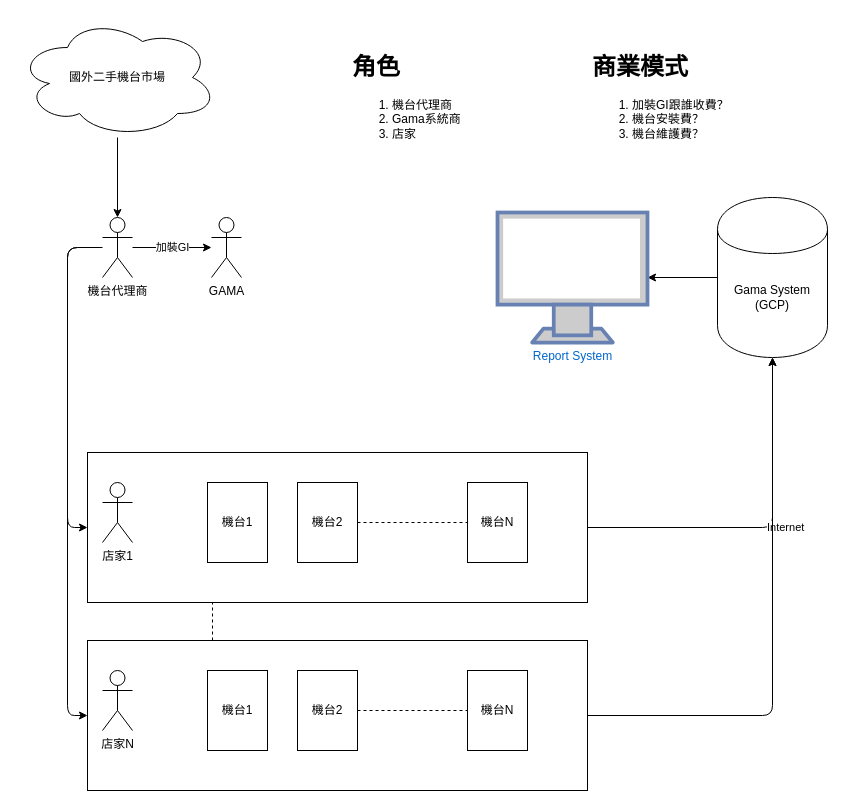
Earlier version of the draw.io diagram GCMS New.drawio (pingle1202/JiraFlow). Source tidied: cells renumbered, new cells numbered last; positions are measured from the earlier drawing's top-left corner, leaving out a move shared by most shapes. Both pictures are drawn from the tidied source at 100%, with x=0, y=0 at pixel (17, 17).
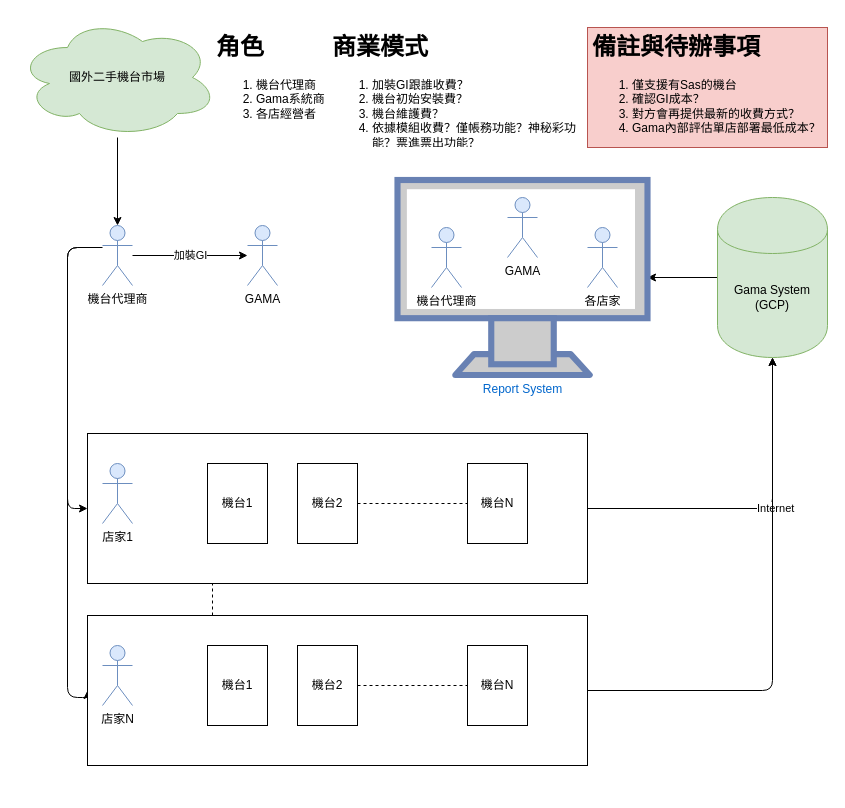
The same page after the edit.

What changed in the source:
```diff
@@
     <mxCell id="3" style="rounded=0;whiteSpace=wrap;html=1;" parent="1" vertex="1">
-      <mxGeometry x="70" y="435" width="500" height="150" as="geometry" />
+      <mxGeometry x="70" y="416" width="500" height="150" as="geometry" />
     </mxCell>
@@
-    <mxCell id="5" value="國外二手機台市場" style="ellipse;shape=cloud;whiteSpace=wrap;html=1;" parent="1" vertex="1">
+    <mxCell id="5" value="國外二手機台市場" style="ellipse;shape=cloud;whiteSpace=wrap;html=1;fillColor=#d5e8d4;strokeColor=#82b366;" parent="1" vertex="1">
       <mxGeometry width="200" height="120" as="geometry" />
     </mxCell>
@@
     <mxCell id="7" style="edgeStyle=orthogonalEdgeStyle;rounded=1;jettySize=auto;html=1;entryX=0;entryY=0.5;entryDx=0;entryDy=0;" parent="1" edge="1" source="8" target="16">
       <mxGeometry relative="1" as="geometry">
         <Array as="points">
           <mxPoint x="50" y="230" />
-          <mxPoint x="50" y="698" />
+          <mxPoint x="50" y="680" />
+          <mxPoint x="70" y="680" />
         </Array>
       </mxGeometry>
     </mxCell>
-    <mxCell id="8" value="機台代理商" style="shape=umlActor;verticalLabelPosition=bottom;labelBackgroundColor=#ffffff;verticalAlign=top;html=1;outlineConnect=0;" parent="1" vertex="1">
-      <mxGeometry x="85" y="200" width="30" height="60" as="geometry" />
+    <mxCell id="8" value="機台代理商" style="shape=umlActor;verticalLabelPosition=bottom;labelBackgroundColor=#ffffff;verticalAlign=top;html=1;outlineConnect=0;fillColor=#dae8fc;strokeColor=#6c8ebf;" parent="1" vertex="1">
+      <mxGeometry x="85" y="208" width="30" height="60" as="geometry" />
     </mxCell>
-    <mxCell id="9" value="店家1" style="shape=umlActor;verticalLabelPosition=bottom;labelBackgroundColor=#ffffff;verticalAlign=top;html=1;" parent="1" vertex="1">
-      <mxGeometry x="85" y="465" width="30" height="60" as="geometry" />
+    <mxCell id="9" value="店家1" style="shape=umlActor;verticalLabelPosition=bottom;labelBackgroundColor=#ffffff;verticalAlign=top;html=1;fillColor=#dae8fc;strokeColor=#6c8ebf;" parent="1" vertex="1">
+      <mxGeometry x="85" y="446" width="30" height="60" as="geometry" />
     </mxCell>
-    <mxCell id="10" value="&lt;h1&gt;角色&lt;/h1&gt;&lt;p&gt;&lt;ol&gt;&lt;li&gt;機台代理商&lt;/li&gt;&lt;li&gt;Gama系統商&lt;/li&gt;&lt;li&gt;店家&lt;/li&gt;&lt;/ol&gt;&lt;/p&gt;" style="text;html=1;strokeColor=none;fillColor=none;spacing=5;spacingTop=-20;whiteSpace=wrap;overflow=hidden;rounded=0;" parent="1" vertex="1">
-      <mxGeometry x="330" y="30" width="190" height="120" as="geometry" />
+    <mxCell id="10" value="&lt;h1&gt;角色&lt;/h1&gt;&lt;p&gt;&lt;/p&gt;&lt;ol&gt;&lt;li&gt;機台代理商&lt;/li&gt;&lt;li&gt;Gama系統商&lt;/li&gt;&lt;li&gt;各店經營者&lt;/li&gt;&lt;/ol&gt;&lt;p&gt;&lt;/p&gt;" style="text;html=1;strokeColor=none;fillColor=none;spacing=5;spacingTop=-20;whiteSpace=wrap;overflow=hidden;rounded=0;" parent="1" vertex="1">
+      <mxGeometry x="194" y="10" width="190" height="120" as="geometry" />
     </mxCell>
     <mxCell id="11" value="機台1" style="rounded=0;whiteSpace=wrap;html=1;" parent="1" vertex="1">
-      <mxGeometry x="190" y="465" width="60" height="80" as="geometry" />
+      <mxGeometry x="190" y="446" width="60" height="80" as="geometry" />
     </mxCell>
     <mxCell id="12" value="機台2" style="rounded=0;whiteSpace=wrap;html=1;" parent="1" vertex="1">
-      <mxGeometry x="280" y="465" width="60" height="80" as="geometry" />
+      <mxGeometry x="280" y="446" width="60" height="80" as="geometry" />
     </mxCell>
     <mxCell id="13" value="機台N" style="rounded=0;whiteSpace=wrap;html=1;" parent="1" vertex="1">
-      <mxGeometry x="450" y="465" width="60" height="80" as="geometry" />
+      <mxGeometry x="450" y="446" width="60" height="80" as="geometry" />
     </mxCell>
@@
     <mxCell id="16" style="rounded=0;whiteSpace=wrap;html=1;" parent="1" vertex="1">
-      <mxGeometry x="70" y="623" width="500" height="150" as="geometry" />
+      <mxGeometry x="70" y="598" width="500" height="150" as="geometry" />
     </mxCell>
-    <mxCell id="17" value="店家N" style="shape=umlActor;verticalLabelPosition=bottom;labelBackgroundColor=#ffffff;verticalAlign=top;html=1;" parent="1" vertex="1">
-      <mxGeometry x="85" y="653" width="30" height="60" as="geometry" />
+    <mxCell id="17" value="店家N" style="shape=umlActor;verticalLabelPosition=bottom;labelBackgroundColor=#ffffff;verticalAlign=top;html=1;fillColor=#dae8fc;strokeColor=#6c8ebf;" parent="1" vertex="1">
+      <mxGeometry x="85" y="628" width="30" height="60" as="geometry" />
     </mxCell>
     <mxCell id="18" value="機台1" style="rounded=0;whiteSpace=wrap;html=1;" parent="1" vertex="1">
-      <mxGeometry x="190" y="653" width="60" height="80" as="geometry" />
+      <mxGeometry x="190" y="628" width="60" height="80" as="geometry" />
     </mxCell>
     <mxCell id="19" value="機台2" style="rounded=0;whiteSpace=wrap;html=1;" parent="1" vertex="1">
-      <mxGeometry x="280" y="653" width="60" height="80" as="geometry" />
+      <mxGeometry x="280" y="628" width="60" height="80" as="geometry" />
     </mxCell>
     <mxCell id="20" value="機台N" style="rounded=0;whiteSpace=wrap;html=1;" parent="1" vertex="1">
-      <mxGeometry x="450" y="653" width="60" height="80" as="geometry" />
+      <mxGeometry x="450" y="628" width="60" height="80" as="geometry" />
     </mxCell>
@@
-    <mxCell id="23" value="&lt;h1&gt;商業模式&lt;/h1&gt;&lt;p&gt;&lt;/p&gt;&lt;ol&gt;&lt;li&gt;加裝GI跟誰收費？&lt;/li&gt;&lt;li&gt;機台安裝費？&lt;/li&gt;&lt;li&gt;機台維護費？&lt;/li&gt;&lt;/ol&gt;&lt;p&gt;&lt;/p&gt;" style="text;html=1;strokeColor=none;fillColor=none;spacing=5;spacingTop=-20;whiteSpace=wrap;overflow=hidden;rounded=0;" parent="1" vertex="1">
-      <mxGeometry x="570" y="30" width="190" height="120" as="geometry" />
+    <mxCell id="23" value="&lt;h1&gt;商業模式&lt;/h1&gt;&lt;p&gt;&lt;/p&gt;&lt;ol&gt;&lt;li&gt;加裝GI跟誰收費？&lt;/li&gt;&lt;li&gt;機台初始安裝費？&lt;/li&gt;&lt;li&gt;機台維護費？&lt;/li&gt;&lt;li&gt;依據模組收費？僅帳務功能？神秘彩功能？票進票出功能？&lt;/li&gt;&lt;/ol&gt;&lt;p&gt;&lt;/p&gt;" style="text;html=1;strokeColor=none;fillColor=none;spacing=5;spacingTop=-20;whiteSpace=wrap;overflow=hidden;rounded=0;" parent="1" vertex="1">
+      <mxGeometry x="310" y="10" width="260" height="120" as="geometry" />
     </mxCell>
@@
-    <mxCell id="25" value="Gama System&lt;br&gt;(GCP)" style="shape=cylinder;whiteSpace=wrap;html=1;boundedLbl=1;backgroundOutline=1;" parent="1" vertex="1">
+    <mxCell id="25" value="Gama System&lt;br&gt;(GCP)" style="shape=cylinder;whiteSpace=wrap;html=1;boundedLbl=1;backgroundOutline=1;fillColor=#d5e8d4;strokeColor=#82b366;" parent="1" vertex="1">
       <mxGeometry x="700" y="180" width="110" height="160" as="geometry" />
     </mxCell>
     <mxCell id="26" value="Report System" style="fontColor=#0066CC;verticalAlign=top;verticalLabelPosition=bottom;labelPosition=center;align=center;html=1;outlineConnect=0;fillColor=#CCCCCC;strokeColor=#6881B3;gradientColor=none;gradientDirection=north;strokeWidth=2;shape=mxgraph.networks.monitor;" parent="1" vertex="1">
-      <mxGeometry x="480" y="195" width="150" height="130" as="geometry" />
+      <mxGeometry x="380" y="162.5" width="250" height="195" as="geometry" />
     </mxCell>
-    <mxCell id="27" value="GAMA" style="shape=umlActor;verticalLabelPosition=bottom;labelBackgroundColor=#ffffff;verticalAlign=top;html=1;outlineConnect=0;" parent="1" vertex="1">
-      <mxGeometry x="194" y="200" width="30" height="60" as="geometry" />
+    <mxCell id="27" value="GAMA" style="shape=umlActor;verticalLabelPosition=bottom;labelBackgroundColor=#ffffff;verticalAlign=top;html=1;outlineConnect=0;fillColor=#dae8fc;strokeColor=#6c8ebf;" parent="1" vertex="1">
+      <mxGeometry x="230" y="208" width="30" height="60" as="geometry" />
     </mxCell>
     <mxCell id="28" style="endArrow=classic;html=1;entryX=0;entryY=0.5;entryDx=0;entryDy=0;rounded=1;" parent="1" edge="1" target="3">
       <mxGeometry relative="1" as="geometry">
         <mxPoint x="80" y="230" as="sourcePoint" />
         <Array as="points">
           <mxPoint x="50" y="230" />
-          <mxPoint x="50" y="510" />
+          <mxPoint x="50" y="491" />
         </Array>
       </mxGeometry>
     </mxCell>
+    <mxCell id="29" value="機台代理商" style="shape=umlActor;verticalLabelPosition=bottom;labelBackgroundColor=#ffffff;verticalAlign=top;html=1;fillColor=#dae8fc;strokeColor=#6c8ebf;" parent="1" vertex="1">
+      <mxGeometry x="414" y="210" width="30" height="60" as="geometry" />
+    </mxCell>
+    <mxCell id="30" value="GAMA" style="shape=umlActor;verticalLabelPosition=bottom;labelBackgroundColor=#ffffff;verticalAlign=top;html=1;fillColor=#dae8fc;strokeColor=#6c8ebf;" parent="1" vertex="1">
+      <mxGeometry x="490" y="180" width="30" height="60" as="geometry" />
+    </mxCell>
+    <mxCell id="31" value="各店家" style="shape=umlActor;verticalLabelPosition=bottom;labelBackgroundColor=#ffffff;verticalAlign=top;html=1;fillColor=#dae8fc;strokeColor=#6c8ebf;" parent="1" vertex="1">
+      <mxGeometry x="570" y="210" width="30" height="60" as="geometry" />
+    </mxCell>
+    <mxCell id="32" value="&lt;h1&gt;備註與待辦事項&lt;/h1&gt;&lt;p&gt;&lt;/p&gt;&lt;ol&gt;&lt;li&gt;僅支援有Sas的機台&lt;/li&gt;&lt;li&gt;確認GI成本？&lt;/li&gt;&lt;li&gt;對方會再提供最新的收費方式？&lt;/li&gt;&lt;li&gt;Gama內部評估單店部署最低成本？&lt;/li&gt;&lt;/ol&gt;&lt;p&gt;&lt;/p&gt;" style="text;html=1;strokeColor=#b85450;fillColor=#f8cecc;spacing=5;spacingTop=-20;whiteSpace=wrap;overflow=hidden;rounded=0;" parent="1" vertex="1">
+      <mxGeometry x="570" y="10" width="240" height="120" as="geometry" />
+    </mxCell>
```
